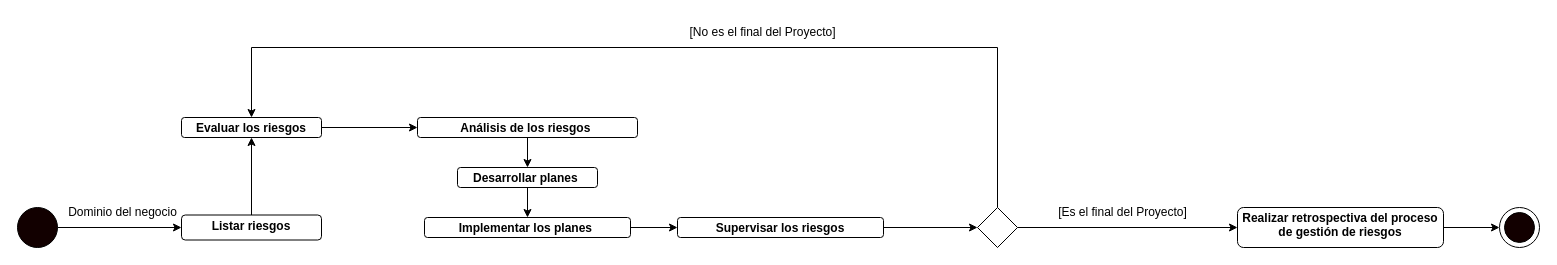
This is Inicio/Modelo de Negocio/Modelo de Dominio.drawio from fxex/Vesta_Risk_Manager, a draw.io file, before an edit. Source tidied: cells renumbered, new cells numbered last; positions are measured from the earlier drawing's top-left corner, leaving out a move shared by most shapes. Both pictures are drawn from the tidied source at 100%, with x=0, y=0 at pixel (17, 17).
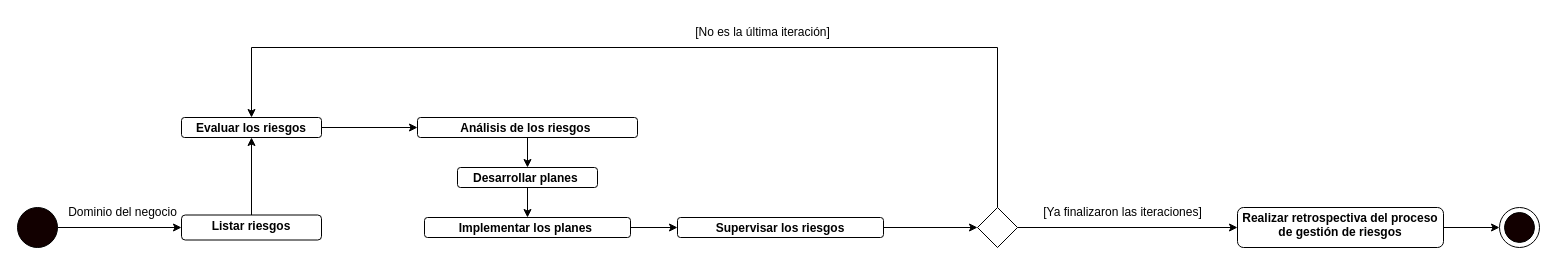
Above is the later version.

Commit message (it also covers changes not shown here):
Doc: Se inicio el documento de uargflow

The edit, as a diff of the source:
```diff
@@
-    <mxCell id="25" value="[No es el final del Proyecto]" style="text;html=1;align=center;verticalAlign=middle;strokeColor=none;fillColor=none;" parent="1" vertex="1">
-      <mxGeometry x="660" width="170" height="30" as="geometry" />
+    <mxCell id="25" value="[No es la última iteración]" style="text;html=1;align=center;verticalAlign=middle;strokeColor=none;fillColor=none;" parent="1" vertex="1">
+      <mxGeometry x="665" width="160" height="30" as="geometry" />
     </mxCell>
-    <mxCell id="26" value="[Es el final del Proyecto]" style="text;html=1;align=center;verticalAlign=middle;strokeColor=none;fillColor=none;" parent="1" vertex="1">
-      <mxGeometry x="1030" y="180" width="150" height="30" as="geometry" />
+    <mxCell id="26" value="[Ya finalizaron las iteraciones]" style="text;html=1;align=center;verticalAlign=middle;strokeColor=none;fillColor=none;" parent="1" vertex="1">
+      <mxGeometry x="1015" y="180" width="180" height="30" as="geometry" />
     </mxCell>
```
